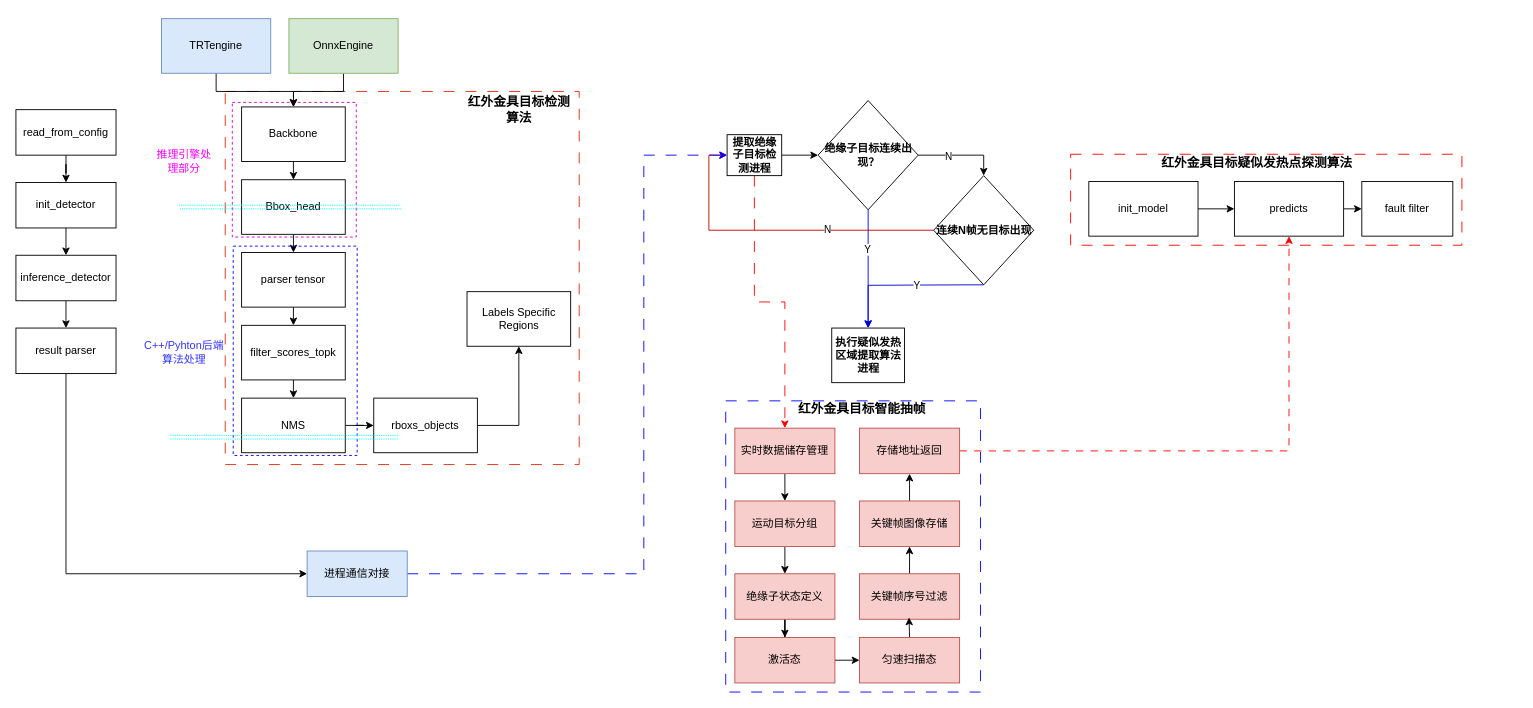
Before: page "红外项目算法全流程图" (1 of 3) of 红外发热点提取算法流程图.drawio in paleblackless/diagrams, a draw.io diagram. Source tidied: cells renumbered, new cells numbered last; positions are measured from the earlier drawing's top-left corner, leaving out a move shared by most shapes. Both pictures are drawn from the tidied source at 91%, with x=0, y=0 at pixel (15, 18).
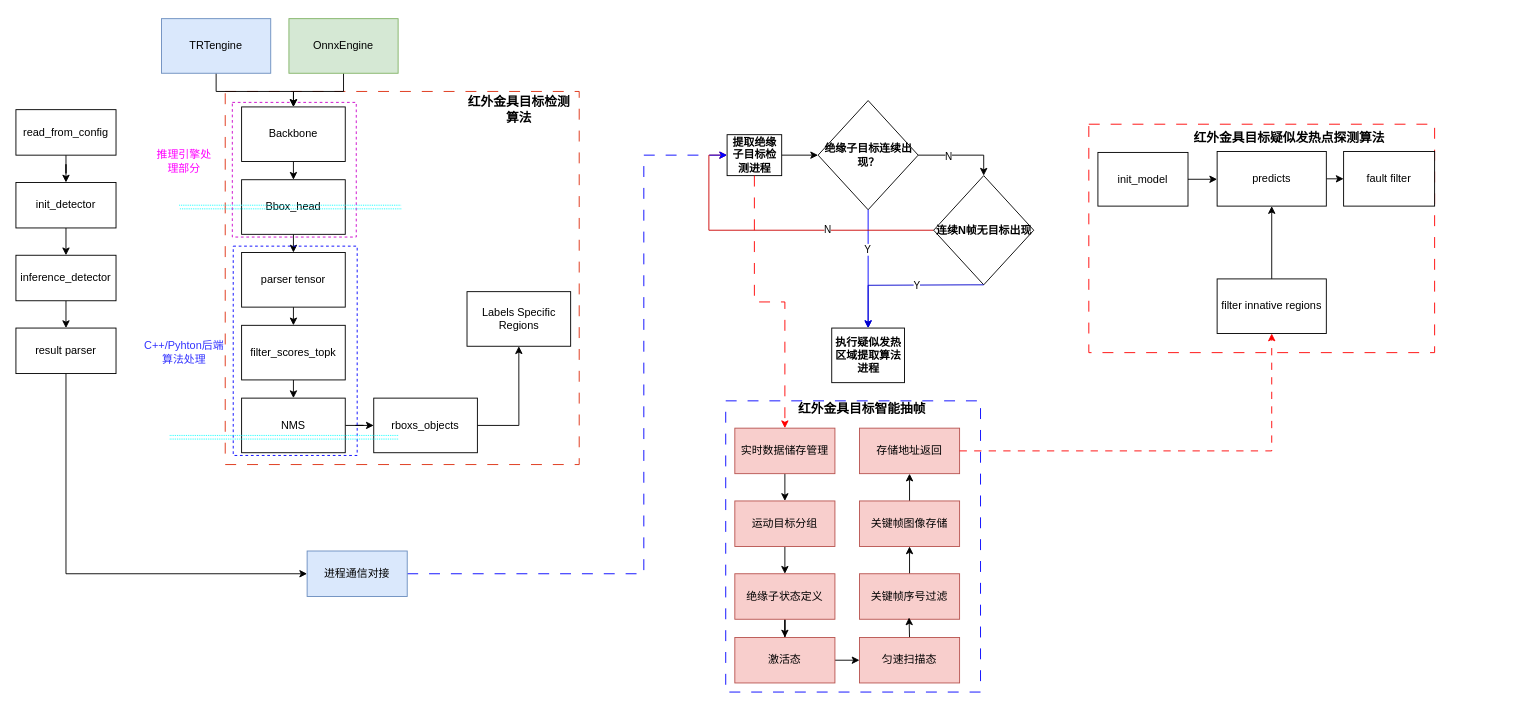
The same diagram, later.

Commit message:
Update 红外发热点提取算法流程图.drawio

Unchanged cells that the change refers to:
```xml
<mxCell id="78" value="存储地址返回" style="rounded=0;whiteSpace=wrap;html=1;fillColor=#f8cecc;strokeColor=#b85450;" parent="1" vertex="1">
  <mxGeometry x="927" y="450" width="110" height="50" as="geometry" />
</mxCell>
```

Diff of the diagram source:
```diff
@@
     <mxCell id="37" style="group;" parent="1" vertex="1">
-      <mxGeometry x="1210" y="50" width="440" height="410" as="geometry" />
+      <mxGeometry x="1199" y="-3" width="440" height="410" as="geometry" />
     </mxCell>
     <mxCell id="38" style="rounded=0;whiteSpace=wrap;html=1;fillColor=none;dashed=1;strokeColor=#FF0000;dashPattern=12 12;" parent="37" vertex="1">
-      <mxGeometry x="-51" y="99" width="430" height="100" as="geometry" />
+      <mxGeometry x="-20" y="119" width="380" height="251" as="geometry" />
     </mxCell>
     <mxCell id="39" value="&lt;b&gt;&lt;font style=&quot;font-size: 14px;&quot;&gt;红外金具目标疑似发热点探测算法&lt;/font&gt;&lt;/b&gt;" style="text;html=1;strokeColor=none;fillColor=none;align=center;verticalAlign=middle;whiteSpace=wrap;rounded=0;dashed=1;dashPattern=12 12;" parent="37" vertex="1">
-      <mxGeometry x="9" y="89" width="290" height="40" as="geometry" />
+      <mxGeometry x="90" y="119" width="220.5" height="30" as="geometry" />
     </mxCell>
@@
     <mxCell id="41" value="predicts" style="rounded=0;whiteSpace=wrap;html=1;" parent="37" vertex="1">
-      <mxGeometry x="129" y="129" width="120" height="60" as="geometry" />
+      <mxGeometry x="121" y="149" width="120" height="60" as="geometry" />
     </mxCell>
@@
     <mxCell id="43" value="init_model" style="rounded=0;whiteSpace=wrap;html=1;" parent="37" vertex="1">
-      <mxGeometry x="-31" y="129" width="120" height="60" as="geometry" />
+      <mxGeometry x="-10" y="150" width="99" height="59" as="geometry" />
     </mxCell>
     <mxCell id="44" value="fault filter" style="rounded=0;whiteSpace=wrap;html=1;" parent="37" vertex="1">
-      <mxGeometry x="269" y="129" width="100" height="60" as="geometry" />
+      <mxGeometry x="260" y="149" width="100" height="60" as="geometry" />
     </mxCell>
+    <mxCell id="80" style="edgeStyle=orthogonalEdgeStyle;rounded=0;jettySize=auto;html=1;exitX=0.5;exitY=0;exitDx=0;exitDy=0;entryX=0.5;entryY=1;entryDx=0;entryDy=0;" parent="37" edge="1" source="81" target="41">
+      <mxGeometry relative="1" as="geometry" />
+    </mxCell>
+    <mxCell id="81" value="filter innative regions" style="rounded=0;whiteSpace=wrap;html=1;" parent="37" vertex="1">
+      <mxGeometry x="121" y="289" width="120" height="60" as="geometry" />
+    </mxCell>
@@
-    <mxCell id="77" style="edgeStyle=orthogonalEdgeStyle;rounded=0;jettySize=auto;html=1;exitX=1;exitY=0.5;exitDx=0;exitDy=0;entryX=0.5;entryY=1;entryDx=0;entryDy=0;dashed=1;dashPattern=8 8;strokeColor=#FF0000;" parent="1" edge="1" source="78" target="41">
-      <mxGeometry relative="1" as="geometry">
-        <Array as="points">
-          <mxPoint x="1399" y="475" />
-        </Array>
-      </mxGeometry>
-    </mxCell>
@@
+    <mxCell id="82" style="edgeStyle=orthogonalEdgeStyle;rounded=0;jettySize=auto;html=1;exitX=1;exitY=0.5;exitDx=0;exitDy=0;dashed=1;dashPattern=8 8;strokeColor=#FF0000;" parent="1" edge="1" source="78" target="81">
+      <mxGeometry relative="1" as="geometry" />
+    </mxCell>
```
